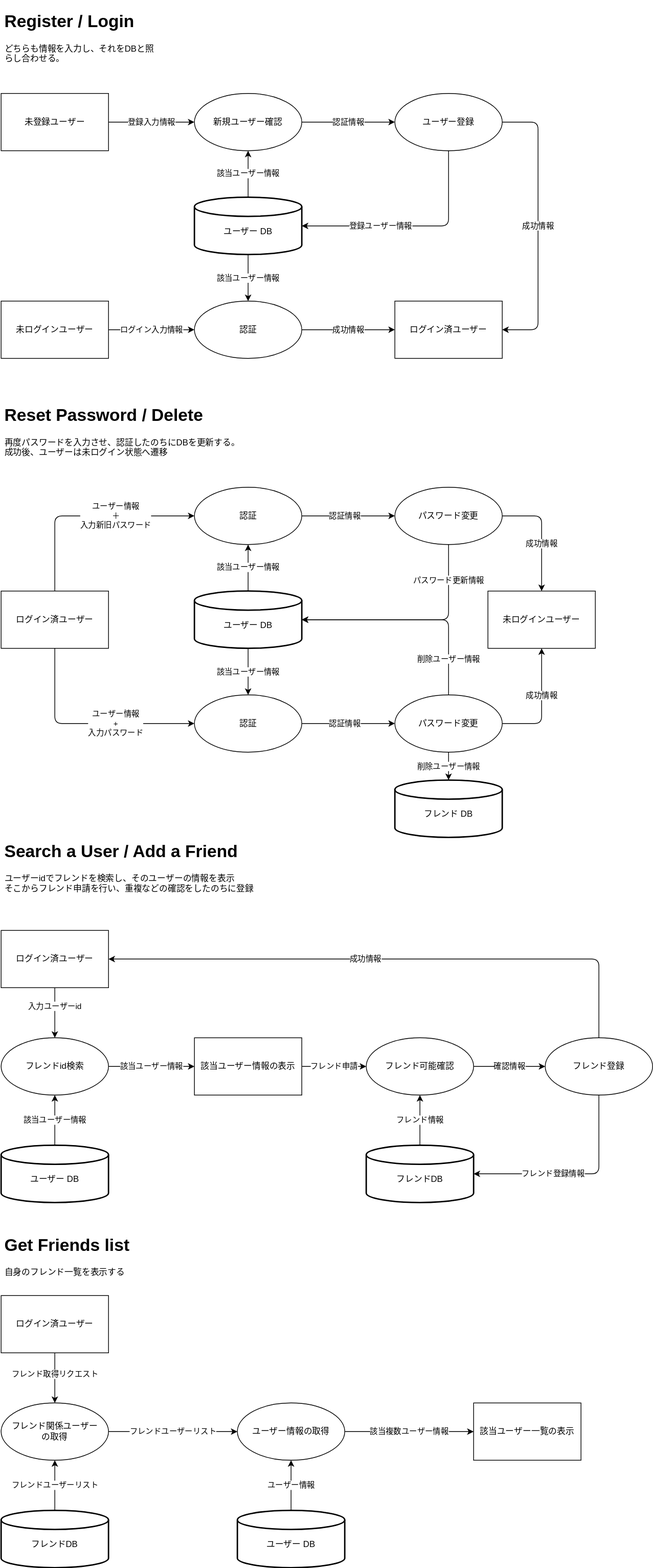
This is docs/02.Backend/02.DB/dfd.drawio.svg from TUS-OSK/quantum-gomoku, a draw.io export, as it was before one commit. Source tidied: cells renumbered, new cells last; positions are measured from the earlier drawing's top-left corner, leaving out a move shared by most shapes.
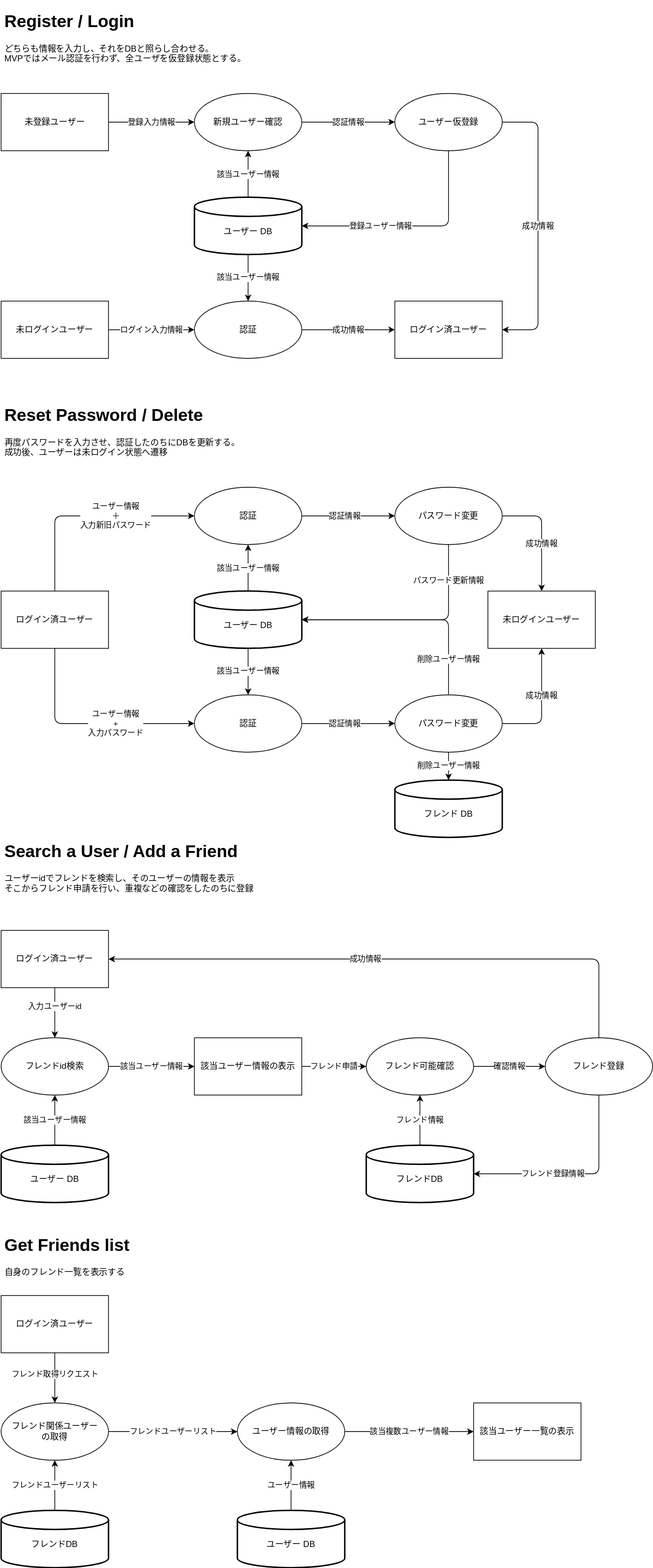
After the commit.

Commit message:
ユーザー登録を仮登録とし、明記

What changed in the source:
```diff
@@ -31,7 +31,7 @@
         </Array>
       </mxGeometry>
     </mxCell>
-    <mxCell id="10" value="ユーザー登録" style="ellipse;whiteSpace=wrap;html=1;" parent="1" vertex="1">
+    <mxCell id="10" value="ユーザー仮登録" style="ellipse;whiteSpace=wrap;html=1;" parent="1" vertex="1">
       <mxGeometry x="550" y="120" width="150" height="80" as="geometry" />
     </mxCell>
     <mxCell id="11" value="登録ユーザー情報" style="endArrow=classic;html=1;exitX=0.5;exitY=1;exitDx=0;exitDy=0;entryX=1;entryY=0.5;entryDx=0;entryDy=0;entryPerimeter=0;" parent="1" edge="1" source="10" target="5">
@@ -101,8 +101,8 @@
     <mxCell id="31" value="該当ユーザー一覧の表示" style="rounded=0;whiteSpace=wrap;html=1;" parent="1" vertex="1">
       <mxGeometry x="660" y="1949" width="150" height="80" as="geometry" />
     </mxCell>
-    <mxCell id="32" value="&lt;h1&gt;Register / Login&lt;/h1&gt;&lt;p&gt;どちらも情報を入力し、それをDBと照らし合わせる。&lt;/p&gt;" style="text;html=1;strokeColor=none;fillColor=none;spacing=5;spacingTop=-20;whiteSpace=wrap;overflow=hidden;rounded=0;" parent="1" vertex="1">
-      <mxGeometry width="220" height="100" as="geometry" />
+    <mxCell id="32" value="&lt;h1&gt;Register / Login&lt;/h1&gt;&lt;p&gt;どちらも情報を入力し、それをDBと照らし合わせる。&lt;br&gt;MVPではメール認証を行わず、全ユーザを仮登録状態とする。&lt;/p&gt;" style="text;html=1;strokeColor=none;fillColor=none;spacing=5;spacingTop=-20;whiteSpace=wrap;overflow=hidden;rounded=0;" parent="1" vertex="1">
+      <mxGeometry width="370" height="100" as="geometry" />
     </mxCell>
     <mxCell id="33" value="該当ユーザー情報" style="edgeStyle=none;html=1;exitX=0.5;exitY=1;exitDx=0;exitDy=0;exitPerimeter=0;" parent="1" edge="1" source="34" target="44">
       <mxGeometry relative="1" as="geometry" />
```
